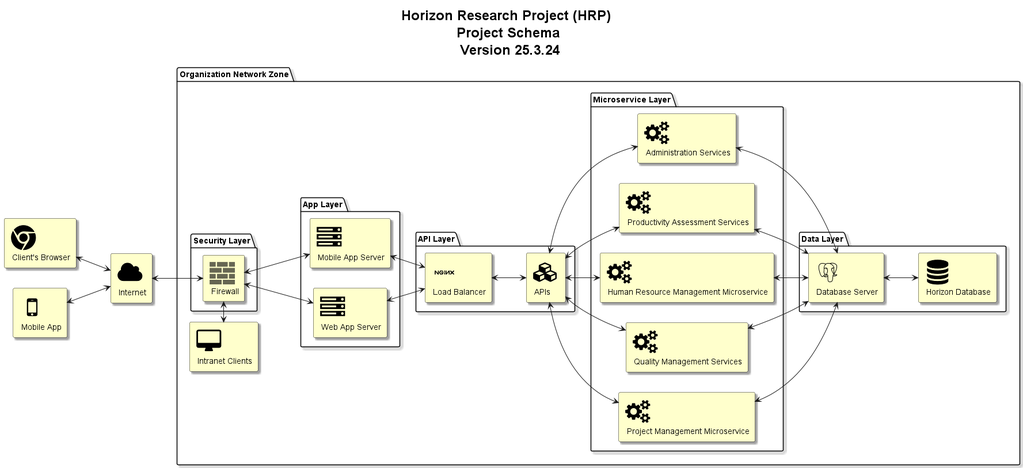
The PlantUML diagram 3-HorizonModeling/HorizonUml/out/Architecture/ProjectSchemaDiagram.png in mahyaresteki/Horizon, before a commit. The source it was exported from:
```plantuml
@startuml
skinparam Shadowing True
skinparam TitleFontSize 24pt

left to right direction

!include <tupadr3/common>
!include <tupadr3/font-awesome/desktop>
!include <tupadr3/font-awesome/server>
!include <tupadr3/font-awesome/database>
!include <tupadr3/font-awesome/users>
!include <tupadr3/font-awesome/mobile>
!include <tupadr3/font-awesome/bank>
!include <tupadr3/font-awesome/cloud>
!include <tupadr3/font-awesome/chrome>
!include <tupadr3/font-awesome/cubes>
!include <tupadr3/font-awesome/cogs>
!include <tupadr3/devicons/postgresql>
!include <tupadr3/devicons/nginx>
!include <office/Concepts/firewall_orange>

title Horizon Research Project (HRP) \n Project Schema \n Version 25.3.24

package "Organization Network Zone" as HorizonSystem{
    package "Microservice Layer" as microserviceLayer{
        FA_COGS(adminService, "Administration Services") #BUSINESS
        FA_COGS(paService, "Productivity Assessment Services") #BUSINESS
        FA_COGS(hrService, "Human Resource Management Microservice") #BUSINESS
        FA_COGS(qcService, "Quality Management Services") #BUSINESS
        FA_COGS(projectService, "Project Management Microservice") #BUSINESS
    }
    package "API Layer" as apiLayer{
        DEV_NGINX(webServer1, "Load Balancer") #BUSINESS
        FA_CUBES(apis, "APIs") #BUSINESS
    }
    package "App Layer" as appLayer{
        FA_SERVER(mobileAppServer, "Mobile App Server") #BUSINESS
        FA_SERVER(webAppServer, "Web App Server") #BUSINESS
    }
    package "Security Layer" as securityLayer{
        OFF_FIREWALL_ORANGE(firewall,"Firewall") #BUSINESS
    }
    package "Data Layer" as dataLayer{
        DEV_POSTGRESQL(databaseServer, "Database Server") #BUSINESS
        FA_DATABASE(database, "Horizon Database") #BUSINESS
    }

    FA_DESKTOP(userStation, "Intranet Clients") #BUSINESS
}

FA_CLOUD(internet, "Internet") #BUSINESS
FA_CHROME(client, "Client's Browser") #BUSINESS
FA_MOBILE(mobileApp, "Mobile App") #BUSINESS

client <--> internet
mobileApp <--> internet
internet <--> firewall
firewall <--> mobileAppServer
firewall <--> webAppServer
databaseServer <--> database
webServer1 <--> apis
apis <--> adminService
apis <--> paService
apis <--> hrService
apis <--> qcService
apis <--> projectService
adminService <--> databaseServer
paService <--> databaseServer
hrService <--> databaseServer
qcService <--> databaseServer
projectService <--> databaseServer
mobileAppServer <--> webServer1
webAppServer <--> webServer1
userStation <-> firewall
@enduml
```
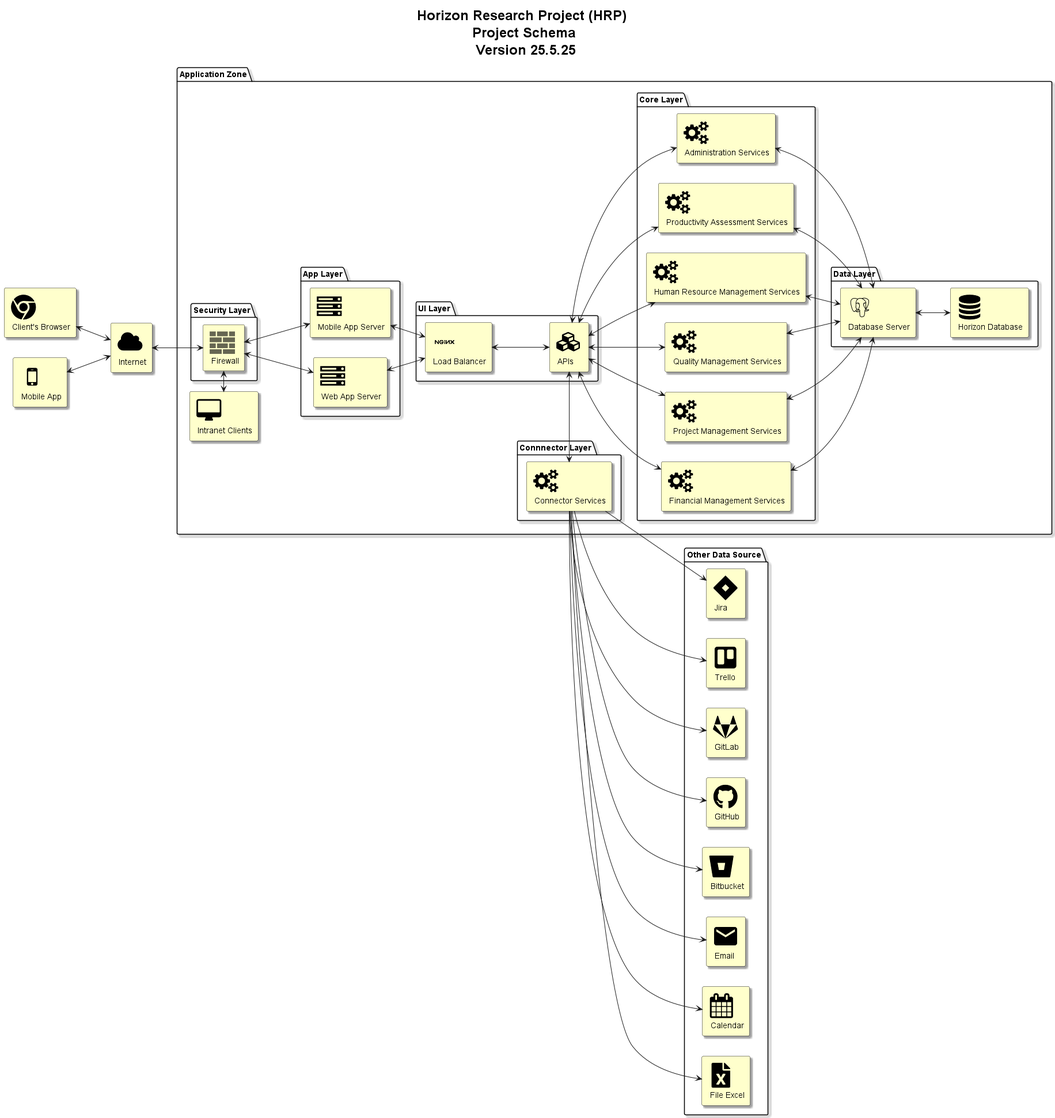
After the commit.

Change to the diagram source:
```diff
@@ -15,28 +15,55 @@
 !include <tupadr3/font-awesome/chrome>
 !include <tupadr3/font-awesome/cubes>
 !include <tupadr3/font-awesome/cogs>
+!include <tupadr3/font-awesome/calendar>
+!include <tupadr3/font-awesome-5/jira>
+!include <tupadr3/font-awesome-5/trello>
+!include <tupadr3/font-awesome-5/gitlab>
+!include <tupadr3/font-awesome-5/github>
+!include <tupadr3/font-awesome-5/bitbucket>
+!include <tupadr3/font-awesome-5/file_excel>
+!include <tupadr3/material/email>
 !include <tupadr3/devicons/postgresql>
 !include <tupadr3/devicons/nginx>
 !include <office/Concepts/firewall_orange>
 
-title Horizon Research Project (HRP) \n Project Schema \n Version 25.3.24
+title Horizon Research Project (HRP) \n Project Schema \n Version 25.5.25
 
-package "Organization Network Zone" as HorizonSystem{
-    package "Microservice Layer" as microserviceLayer{
-        FA_COGS(adminService, "Administration Services") #BUSINESS
-        FA_COGS(paService, "Productivity Assessment Services") #BUSINESS
-        FA_COGS(hrService, "Human Resource Management Microservice") #BUSINESS
-        FA_COGS(qcService, "Quality Management Services") #BUSINESS
-        FA_COGS(projectService, "Project Management Microservice") #BUSINESS
-    }
-    package "API Layer" as apiLayer{
-        DEV_NGINX(webServer1, "Load Balancer") #BUSINESS
-        FA_CUBES(apis, "APIs") #BUSINESS
-    }
+package "Other Data Source" as otherDataSource{
+    FA5_JIRA(jira, "Jira") #BUSINESS
+    FA5_TRELLO(trello, "Trello") #BUSINESS
+    FA5_GITLAB(gitlab, "GitLab") #BUSINESS
+    FA5_GITHUB(github, "GitHub") #BUSINESS
+    FA5_BITBUCKET(bitbucket, "Bitbucket") #BUSINESS
+    MATERIAL_EMAIL(email, "Email") #BUSINESS
+    FA_CALENDAR(calendar, "Calendar") #BUSINESS
+    FA5_FILE_EXCEL(fileExcel, "File Excel") #BUSINESS
+}
+
+package "Application Zone" as HorizonSystem{
     package "App Layer" as appLayer{
         FA_SERVER(mobileAppServer, "Mobile App Server") #BUSINESS
         FA_SERVER(webAppServer, "Web App Server") #BUSINESS
     }
+
+    package "UI Layer" as uiLayer{
+        DEV_NGINX(webServer1, "Load Balancer") #BUSINESS
+        FA_CUBES(apis, "APIs") #BUSINESS
+    }
+
+    package "Connnector Layer" as conectorLayer{
+        FA_COGS(connectorService, "Connector Services") #BUSINESS
+    }
+
+    package "Core Layer" as coreLayer{
+        FA_COGS(adminService, "Administration Services") #BUSINESS
+        FA_COGS(paService, "Productivity Assessment Services") #BUSINESS
+        FA_COGS(hrService, "Human Resource Management Services") #BUSINESS
+        FA_COGS(qcService, "Quality Management Services") #BUSINESS
+        FA_COGS(projectService, "Project Management Services") #BUSINESS
+        FA_COGS(financialService, "Financial Management Services") #BUSINESS
+    }
+
     package "Security Layer" as securityLayer{
         OFF_FIREWALL_ORANGE(firewall,"Firewall") #BUSINESS
     }
@@ -59,16 +86,27 @@
 firewall <--> webAppServer
 databaseServer <--> database
 webServer1 <--> apis
+connectorService <-> apis
 apis <--> adminService
 apis <--> paService
 apis <--> hrService
 apis <--> qcService
 apis <--> projectService
+apis <--> financialService
+connectorService --> jira
+connectorService --> github
+connectorService --> gitlab
+connectorService --> trello
+connectorService --> fileExcel
+connectorService --> bitbucket
+connectorService --> calendar
+connectorService --> email
 adminService <--> databaseServer
 paService <--> databaseServer
 hrService <--> databaseServer
 qcService <--> databaseServer
 projectService <--> databaseServer
+financialService <--> databaseServer
 mobileAppServer <--> webServer1
 webAppServer <--> webServer1
 userStation <-> firewall
```
